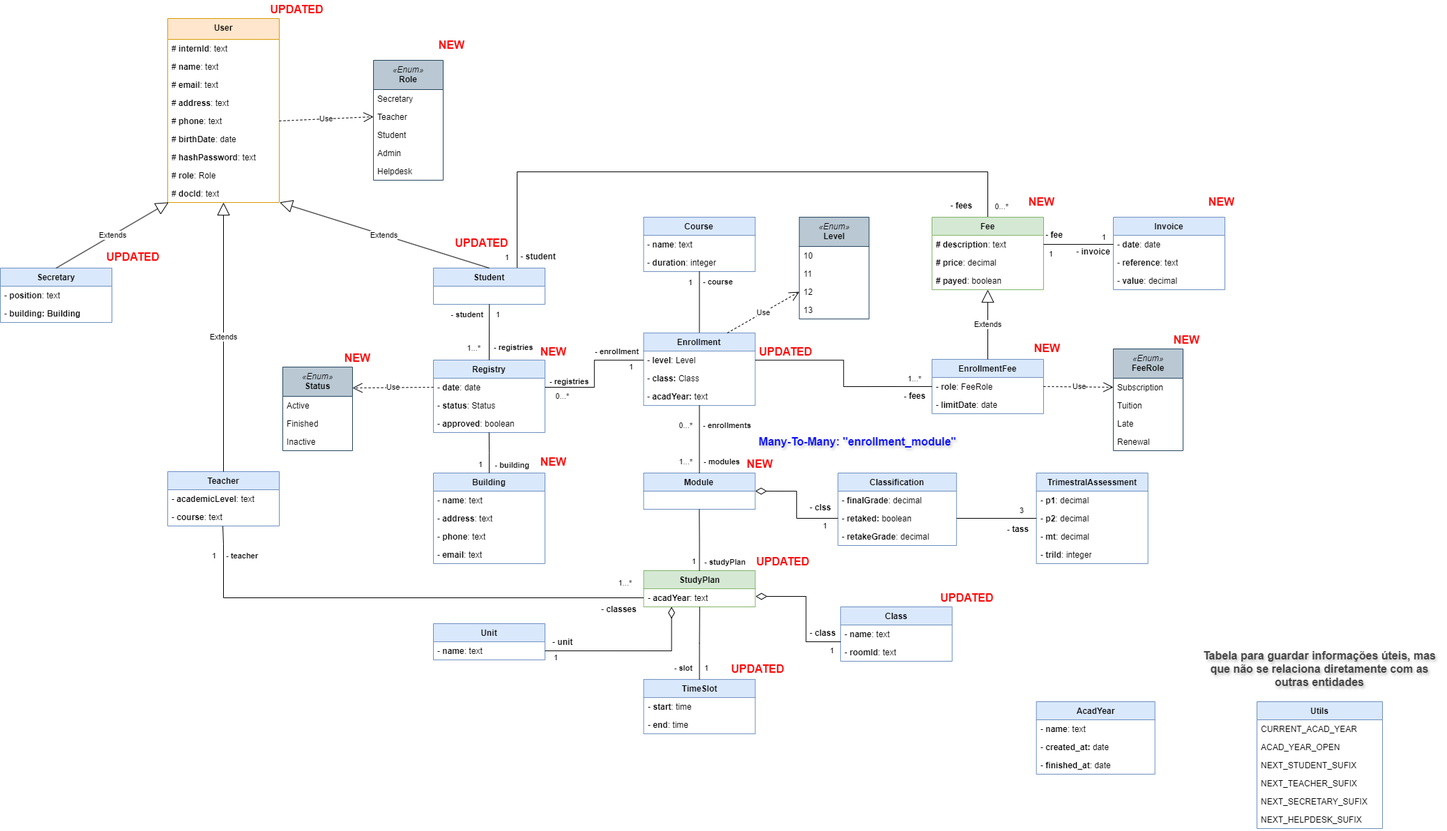
Earlier version of the draw.io export documentation/data-model.drawio.png (Joaquim-Claudio/Imptel-Online_P.D.S-2024-2025). Source tidied: cells renumbered, new cells last; positions are measured from the earlier drawing's top-left corner, leaving out a move shared by most shapes.
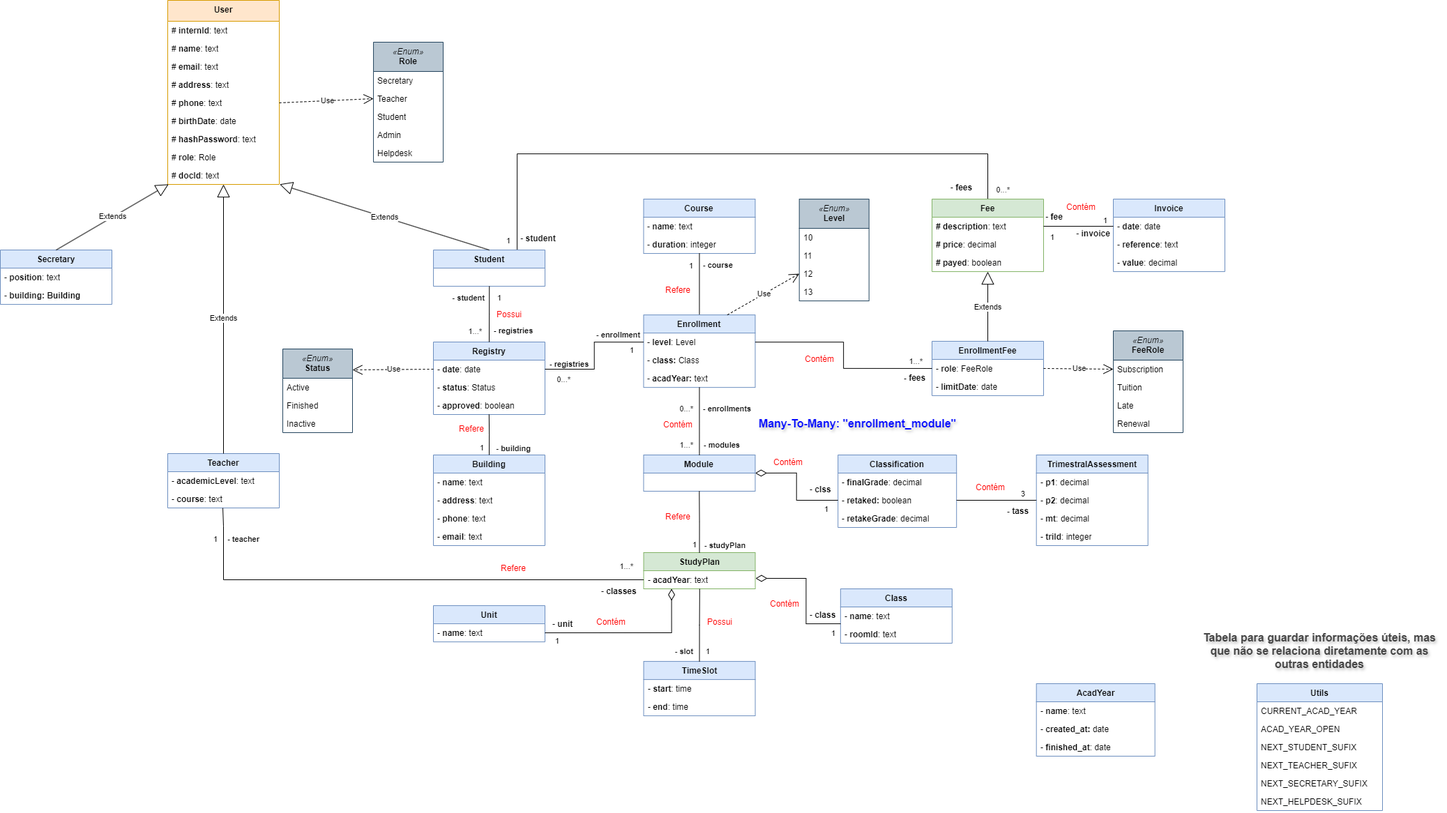
The same diagram one commit later.

Commit message:
Data model updated.

Diff of the diagram source:
```diff
@@ -434,36 +434,6 @@
     <mxCell id="134" value="&lt;span style=&quot;font-weight: normal;&quot;&gt;-&lt;/span&gt; fee" style="text;align=center;fontStyle=1;verticalAlign=middle;spacingLeft=3;spacingRight=3;strokeColor=none;html=1;" parent="1" vertex="1">
       <mxGeometry x="1496" y="323.7" width="30" height="26" as="geometry" />
     </mxCell>
-    <mxCell id="135" value="NEW" style="text;align=center;fontStyle=1;verticalAlign=middle;spacingLeft=3;spacingRight=3;html=1;fontColor=#ff0000;fontSize=16;" parent="1" vertex="1">
-      <mxGeometry x="1726" y="276" width="50" height="26" as="geometry" />
-    </mxCell>
-    <mxCell id="136" value="NEW" style="text;align=center;fontStyle=1;verticalAlign=middle;spacingLeft=3;spacingRight=3;html=1;fontColor=#ff0000;fontSize=16;" parent="1" vertex="1">
-      <mxGeometry x="1467.7" y="276" width="50" height="26" as="geometry" />
-    </mxCell>
-    <mxCell id="137" value="NEW" style="text;align=center;fontStyle=1;verticalAlign=middle;spacingLeft=3;spacingRight=3;html=1;fontColor=#ff0000;fontSize=16;" parent="1" vertex="1">
-      <mxGeometry x="1476" y="486" width="50" height="26" as="geometry" />
-    </mxCell>
-    <mxCell id="138" value="UPDATED" style="text;align=center;fontStyle=1;verticalAlign=middle;spacingLeft=3;spacingRight=3;html=1;fontColor=#ff0000;fontSize=16;" parent="1" vertex="1">
-      <mxGeometry x="1086" y="491.1" width="80.3" height="26" as="geometry" />
-    </mxCell>
-    <mxCell id="139" value="UPDATED" style="text;align=center;fontStyle=1;verticalAlign=middle;spacingLeft=3;spacingRight=3;html=1;fontColor=#ff0000;fontSize=16;" parent="1" vertex="1">
-      <mxGeometry x="1346" y="844" width="80.3" height="26" as="geometry" />
-    </mxCell>
-    <mxCell id="140" value="NEW" style="text;align=center;fontStyle=1;verticalAlign=middle;spacingLeft=3;spacingRight=3;html=1;fontColor=#ff0000;fontSize=16;" parent="1" vertex="1">
-      <mxGeometry x="770.8" y="649" width="45.2" height="26" as="geometry" />
-    </mxCell>
-    <mxCell id="141" value="NEW" style="text;align=center;fontStyle=1;verticalAlign=middle;spacingLeft=3;spacingRight=3;html=1;fontColor=#ff0000;fontSize=16;" parent="1" vertex="1">
-      <mxGeometry x="1066" y="652" width="45.2" height="26" as="geometry" />
-    </mxCell>
-    <mxCell id="142" value="NEW" style="text;align=center;fontStyle=1;verticalAlign=middle;spacingLeft=3;spacingRight=3;html=1;fontColor=#ff0000;fontSize=16;" parent="1" vertex="1">
-      <mxGeometry x="770.8" y="491.1" width="45.2" height="26" as="geometry" />
-    </mxCell>
-    <mxCell id="143" value="NEW" style="text;align=center;fontStyle=1;verticalAlign=middle;spacingLeft=3;spacingRight=3;html=1;fontColor=#ff0000;fontSize=16;" parent="1" vertex="1">
-      <mxGeometry x="624.8" y="51" width="45.2" height="26" as="geometry" />
-    </mxCell>
-    <mxCell id="144" value="UPDATED" style="text;align=center;fontStyle=1;verticalAlign=middle;spacingLeft=3;spacingRight=3;html=1;fontColor=#ff0000;fontSize=16;" parent="1" vertex="1">
-      <mxGeometry x="390" width="70" height="26" as="geometry" />
-    </mxCell>
     <mxCell id="145" value="Many-To-Many: &quot;enrollment_module&quot;" style="text;align=center;fontStyle=1;verticalAlign=middle;spacingLeft=3;spacingRight=3;html=1;fontColor=#0008ff;fontSize=16;textShadow=1;" parent="1" vertex="1">
       <mxGeometry x="1082.5" y="620" width="293.5" height="26" as="geometry" />
     </mxCell>
@@ -482,9 +452,6 @@
     <mxCell id="150" value="Use" style="endArrow=open;endSize=12;dashed=1;html=1;rounded=0;exitX=0;exitY=0.5;exitDx=0;exitDy=0;entryX=1;entryY=0.25;entryDx=0;entryDy=0;" parent="1" edge="1" source="67" target="146">
       <mxGeometry relative="1" as="geometry" />
     </mxCell>
-    <mxCell id="151" value="NEW" style="text;align=center;fontStyle=1;verticalAlign=middle;spacingLeft=3;spacingRight=3;html=1;fontColor=#ff0000;fontSize=16;" parent="1" vertex="1">
-      <mxGeometry x="489.9" y="500" width="45.2" height="26" as="geometry" />
-    </mxCell>
     <mxCell id="152" value="&lt;div&gt;&lt;i style=&quot;font-weight: normal;&quot;&gt;«Enum»&lt;/i&gt;&lt;/div&gt;&lt;div&gt;&lt;span style=&quot;text-align: left;&quot;&gt;FeeRole&lt;/span&gt;&lt;/div&gt;" style="swimlane;fontStyle=1;align=center;verticalAlign=top;horizontal=1;startSize=42;whiteSpace=wrap;html=1;fillColor=#bac8d3;strokeColor=#23445d;" parent="1" vertex="1">
       <mxGeometry x="1596" y="500" width="100" height="146" as="geometry" />
     </mxCell>
@@ -515,15 +482,6 @@
     <mxCell id="161" value="1" style="edgeLabel;html=1;align=right;verticalAlign=bottom;" parent="1" vertex="1">
       <mxGeometry x="730" y="377.4" as="geometry" />
     </mxCell>
-    <mxCell id="162" value="NEW" style="text;align=center;fontStyle=1;verticalAlign=middle;spacingLeft=3;spacingRight=3;html=1;fontColor=#ff0000;fontSize=16;" parent="1" vertex="1">
-      <mxGeometry x="1676" y="474" width="50" height="26" as="geometry" />
-    </mxCell>
-    <mxCell id="163" value="UPDATED" style="text;align=center;fontStyle=1;verticalAlign=middle;spacingLeft=3;spacingRight=3;html=1;fontColor=#ff0000;fontSize=16;" parent="1" vertex="1">
-      <mxGeometry x="1081.6" y="792" width="80.3" height="26" as="geometry" />
-    </mxCell>
-    <mxCell id="164" value="UPDATED" style="text;align=center;fontStyle=1;verticalAlign=middle;spacingLeft=3;spacingRight=3;html=1;fontColor=#ff0000;fontSize=16;" parent="1" vertex="1">
-      <mxGeometry x="1046" y="946.1" width="80.3" height="26" as="geometry" />
-    </mxCell>
     <mxCell id="165" value="Utils" style="swimlane;fontStyle=1;align=center;verticalAlign=top;horizontal=1;startSize=26;whiteSpace=wrap;html=1;fillColor=#dae8fc;strokeColor=#6c8ebf;" parent="1" vertex="1">
       <mxGeometry x="1802" y="1006" width="180" height="182" as="geometry" />
     </mxCell>
@@ -553,12 +511,6 @@
         <mxPoint x="-95" y="-146" as="offset" />
       </mxGeometry>
     </mxCell>
-    <mxCell id="174" value="UPDATED" style="text;align=center;fontStyle=1;verticalAlign=middle;spacingLeft=3;spacingRight=3;html=1;fontColor=#ff0000;fontSize=16;" parent="1" vertex="1">
-      <mxGeometry x="150" y="355.1" width="80.3" height="26" as="geometry" />
-    </mxCell>
-    <mxCell id="175" value="UPDATED" style="text;align=center;fontStyle=1;verticalAlign=middle;spacingLeft=3;spacingRight=3;html=1;fontColor=#ff0000;fontSize=16;" parent="1" vertex="1">
-      <mxGeometry x="649.7" y="334.7" width="80.3" height="26" as="geometry" />
-    </mxCell>
     <mxCell id="176" value="AcadYear" style="swimlane;fontStyle=1;align=center;verticalAlign=top;horizontal=1;startSize=26;whiteSpace=wrap;html=1;fillColor=#dae8fc;strokeColor=#6c8ebf;" parent="1" vertex="1">
       <mxGeometry x="1485.7" y="1006" width="170" height="104" as="geometry" />
     </mxCell>
@@ -571,5 +523,44 @@
     <mxCell id="179" value="- &lt;b&gt;finished_at&lt;/b&gt;: date" style="text;strokeColor=none;fillColor=none;align=left;verticalAlign=top;spacingLeft=4;spacingRight=4;overflow=hidden;whiteSpace=wrap;html=1;" parent="176" vertex="1">
       <mxGeometry y="78" width="170" height="26" as="geometry" />
     </mxCell>
+    <mxCell id="180" value="Contém" style="text;html=1;align=center;verticalAlign=middle;whiteSpace=wrap;rounded=0;fontColor=#FF0000;" parent="1" vertex="1">
+      <mxGeometry x="1144.8" y="526" width="60" height="30" as="geometry" />
+    </mxCell>
+    <mxCell id="181" value="Contém" style="text;html=1;align=center;verticalAlign=middle;whiteSpace=wrap;rounded=0;fontColor=#FF0000;" parent="1" vertex="1">
+      <mxGeometry x="1100" y="674" width="60" height="30" as="geometry" />
+    </mxCell>
+    <mxCell id="182" value="Refere" style="text;html=1;align=center;verticalAlign=middle;whiteSpace=wrap;rounded=0;fontColor=#FF0000;" parent="1" vertex="1">
+      <mxGeometry x="942.5" y="752" width="60" height="30" as="geometry" />
+    </mxCell>
+    <mxCell id="183" value="Contém" style="text;html=1;align=center;verticalAlign=middle;whiteSpace=wrap;rounded=0;fontColor=#FF0000;" parent="1" vertex="1">
+      <mxGeometry x="1390" y="710" width="60" height="30" as="geometry" />
+    </mxCell>
+    <mxCell id="184" value="Refere" style="text;html=1;align=center;verticalAlign=middle;whiteSpace=wrap;rounded=0;fontColor=#FF0000;" parent="1" vertex="1">
+      <mxGeometry x="706" y="826" width="60" height="30" as="geometry" />
+    </mxCell>
+    <mxCell id="185" value="Contém" style="text;html=1;align=center;verticalAlign=middle;whiteSpace=wrap;rounded=0;fontColor=#FF0000;" parent="1" vertex="1">
+      <mxGeometry x="1094.8" y="877.1" width="60" height="30" as="geometry" />
+    </mxCell>
+    <mxCell id="186" value="Contém" style="text;html=1;align=center;verticalAlign=middle;whiteSpace=wrap;rounded=0;fontColor=#FF0000;" parent="1" vertex="1">
+      <mxGeometry x="846" y="903.1" width="60" height="30" as="geometry" />
+    </mxCell>
+    <mxCell id="187" value="Possui" style="text;html=1;align=center;verticalAlign=middle;whiteSpace=wrap;rounded=0;fontColor=#FF0000;" parent="1" vertex="1">
+      <mxGeometry x="1002.5" y="903.1" width="60" height="30" as="geometry" />
+    </mxCell>
+    <mxCell id="188" value="Refere" style="text;html=1;align=center;verticalAlign=middle;whiteSpace=wrap;rounded=0;fontColor=#FF0000;" parent="1" vertex="1">
+      <mxGeometry x="646" y="626" width="60" height="30" as="geometry" />
+    </mxCell>
+    <mxCell id="189" value="Contém" style="text;html=1;align=center;verticalAlign=middle;whiteSpace=wrap;rounded=0;fontColor=#FF0000;" parent="1" vertex="1">
+      <mxGeometry x="942.5" y="620" width="60" height="30" as="geometry" />
+    </mxCell>
+    <mxCell id="190" value="Refere" style="text;html=1;align=center;verticalAlign=middle;whiteSpace=wrap;rounded=0;fontColor=#FF0000;" parent="1" vertex="1">
+      <mxGeometry x="942.5" y="427.1" width="60" height="30" as="geometry" />
+    </mxCell>
+    <mxCell id="191" value="Possui" style="text;html=1;align=center;verticalAlign=middle;whiteSpace=wrap;rounded=0;fontColor=#FF0000;" parent="1" vertex="1">
+      <mxGeometry x="700" y="462.1" width="60" height="30" as="geometry" />
+    </mxCell>
+    <mxCell id="192" value="Contém" style="text;html=1;align=center;verticalAlign=middle;whiteSpace=wrap;rounded=0;fontColor=#FF0000;" parent="1" vertex="1">
+      <mxGeometry x="1520" y="308" width="60" height="30" as="geometry" />
+    </mxCell>
   </root>
 </mxGraphModel>
```
